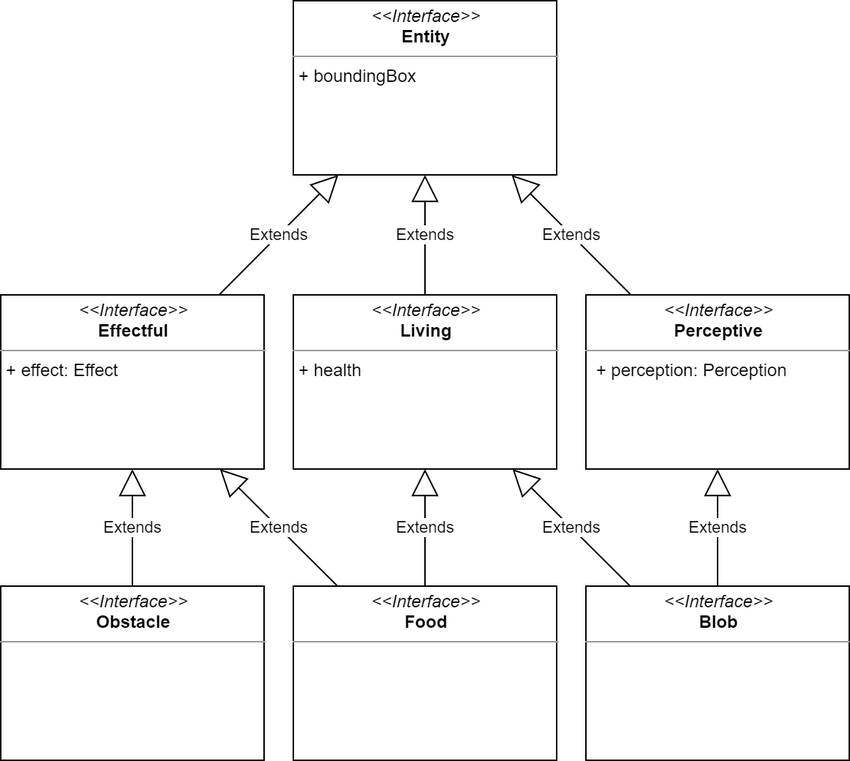
The draw.io diagram doc/report/img/ModelHierarchy.png in danielegiulianini/evo-sim, before a commit. Source tidied: cells renumbered, new cells last; positions are measured from the earlier drawing's top-left corner, leaving out a move shared by most shapes.
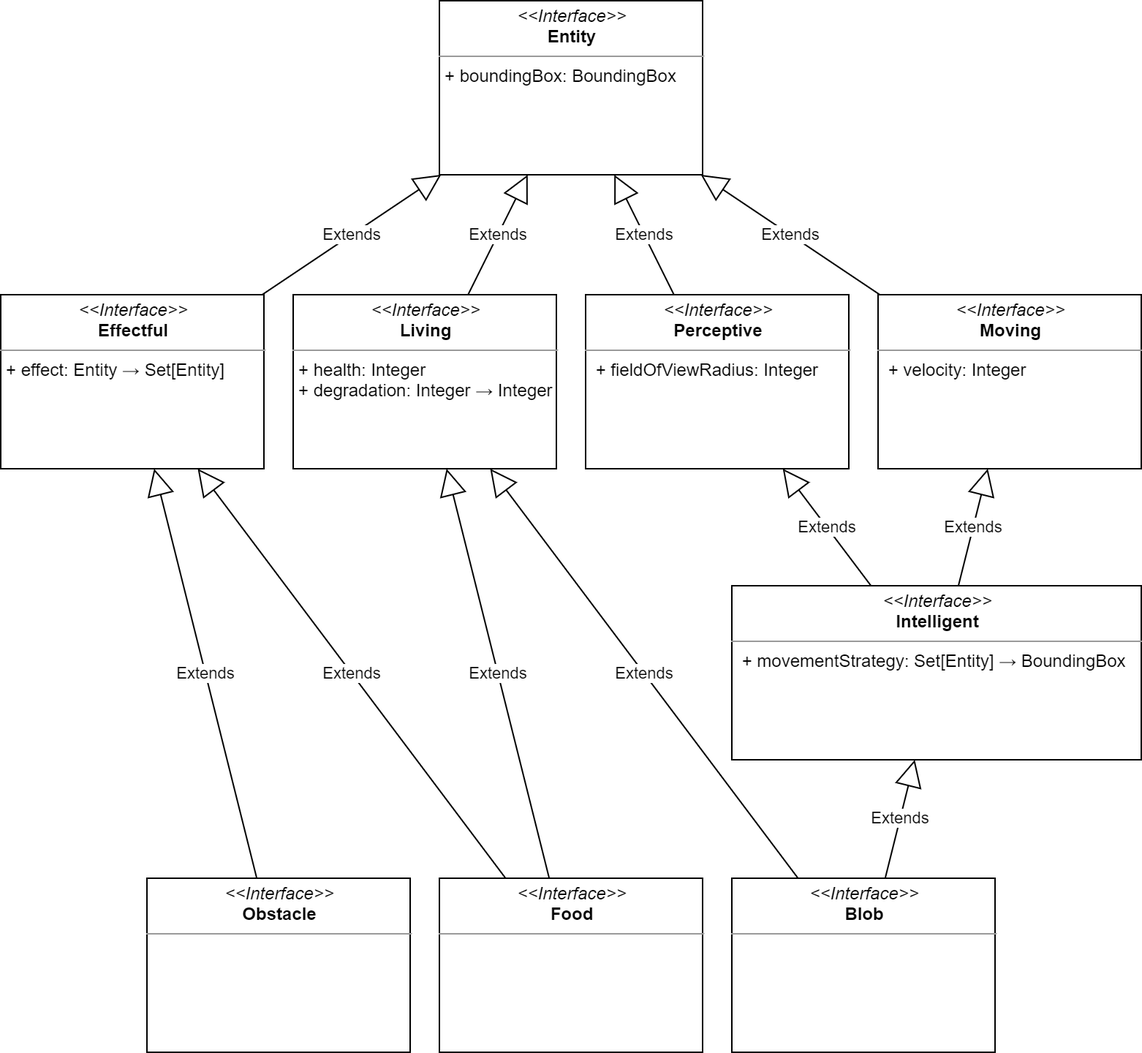
Above is the later version.

Commit message:
Refine architecture, update report

What changed in the source:
```diff
@@ -5,47 +5,62 @@
     <mxCell id="2" value="&lt;p style=&quot;margin: 0px ; margin-top: 4px ; text-align: center&quot;&gt;&lt;i&gt;&amp;lt;&amp;lt;Interface&amp;gt;&amp;gt;&lt;/i&gt;&lt;br&gt;&lt;b&gt;Blob&lt;/b&gt;&lt;/p&gt;&lt;hr size=&quot;1&quot;&gt;&lt;p style=&quot;margin: 0px ; margin-left: 4px&quot;&gt;&lt;br&gt;&lt;/p&gt;" style="verticalAlign=top;align=left;overflow=fill;fontSize=12;fontFamily=Helvetica;html=1;" parent="1" vertex="1">
       <mxGeometry x="400" y="400" width="180" height="119" as="geometry" />
     </mxCell>
-    <mxCell id="3" value="&lt;p style=&quot;margin: 0px ; margin-top: 4px ; text-align: center&quot;&gt;&lt;i&gt;&amp;lt;&amp;lt;Interface&amp;gt;&amp;gt;&lt;/i&gt;&lt;br&gt;&lt;b&gt;Effectful&lt;/b&gt;&lt;/p&gt;&lt;hr size=&quot;1&quot;&gt;&lt;p style=&quot;margin: 0px ; margin-left: 4px&quot;&gt;+ effect: Effect&lt;/p&gt;" style="verticalAlign=top;align=left;overflow=fill;fontSize=12;fontFamily=Helvetica;html=1;" parent="1" vertex="1">
-      <mxGeometry y="201" width="180" height="119" as="geometry" />
-    </mxCell>
+    <mxCell id="17" value="&lt;p style=&quot;margin: 0px ; margin-top: 4px ; text-align: center&quot;&gt;&lt;i&gt;&amp;lt;&amp;lt;Interface&amp;gt;&amp;gt;&lt;/i&gt;&lt;br&gt;&lt;b&gt;Effectful&lt;/b&gt;&lt;/p&gt;&lt;hr size=&quot;1&quot;&gt;&lt;p style=&quot;margin: 0px ; margin-left: 4px&quot;&gt;+ effect: Entity → Set[Entity]&lt;/p&gt;" style="verticalAlign=top;align=left;overflow=fill;fontSize=12;fontFamily=Helvetica;html=1;" parent="1" vertex="1">
+      <mxGeometry x="-100" y="1" width="180" height="119" as="geometry" />
+    </mxCell>
     <mxCell id="4" value="&lt;p style=&quot;margin: 0px ; margin-top: 4px ; text-align: center&quot;&gt;&lt;i&gt;&amp;lt;&amp;lt;Interface&amp;gt;&amp;gt;&lt;/i&gt;&lt;br&gt;&lt;b&gt;Food&lt;/b&gt;&lt;/p&gt;&lt;hr size=&quot;1&quot;&gt;&lt;p style=&quot;margin: 0px ; margin-left: 4px&quot;&gt;&lt;br&gt;&lt;/p&gt;" style="verticalAlign=top;align=left;overflow=fill;fontSize=12;fontFamily=Helvetica;html=1;" parent="1" vertex="1">
       <mxGeometry x="200" y="400" width="180" height="119" as="geometry" />
     </mxCell>
     <mxCell id="5" value="&lt;p style=&quot;margin: 0px ; margin-top: 4px ; text-align: center&quot;&gt;&lt;i&gt;&amp;lt;&amp;lt;Interface&amp;gt;&amp;gt;&lt;/i&gt;&lt;br&gt;&lt;b&gt;Obstacle&lt;/b&gt;&lt;/p&gt;&lt;hr size=&quot;1&quot;&gt;&lt;p style=&quot;margin: 0px ; margin-left: 4px&quot;&gt;&lt;br&gt;&lt;/p&gt;" style="verticalAlign=top;align=left;overflow=fill;fontSize=12;fontFamily=Helvetica;html=1;" parent="1" vertex="1">
       <mxGeometry y="400" width="180" height="119" as="geometry" />
     </mxCell>
-    <mxCell id="6" value="&lt;p style=&quot;margin: 0px ; margin-top: 4px ; text-align: center&quot;&gt;&lt;i&gt;&amp;lt;&amp;lt;Interface&amp;gt;&amp;gt;&lt;/i&gt;&lt;br&gt;&lt;b&gt;Entity&lt;/b&gt;&lt;/p&gt;&lt;hr size=&quot;1&quot;&gt;&lt;p style=&quot;margin: 0px ; margin-left: 4px&quot;&gt;+ boundingBox&lt;/p&gt;" style="verticalAlign=top;align=left;overflow=fill;fontSize=12;fontFamily=Helvetica;html=1;" parent="1" vertex="1">
-      <mxGeometry x="200" width="180" height="119" as="geometry" />
-    </mxCell>
-    <mxCell id="7" value="&lt;p style=&quot;margin: 0px ; margin-top: 4px ; text-align: center&quot;&gt;&lt;i&gt;&amp;lt;&amp;lt;Interface&amp;gt;&amp;gt;&lt;/i&gt;&lt;br&gt;&lt;b&gt;Living&lt;/b&gt;&lt;/p&gt;&lt;hr size=&quot;1&quot;&gt;&lt;p style=&quot;margin: 0px ; margin-left: 4px&quot;&gt;+ health&lt;/p&gt;" style="verticalAlign=top;align=left;overflow=fill;fontSize=12;fontFamily=Helvetica;html=1;" parent="1" vertex="1">
-      <mxGeometry x="200" y="201" width="180" height="119" as="geometry" />
-    </mxCell>
-    <mxCell id="8" value="Extends" style="endArrow=block;endSize=16;endFill=0;html=1;" parent="1" edge="1" source="4" target="7">
-      <mxGeometry relative="1" as="geometry" />
-    </mxCell>
-    <mxCell id="9" value="Extends" style="endArrow=block;endSize=16;endFill=0;html=1;" parent="1" edge="1" source="2" target="7">
-      <mxGeometry relative="1" as="geometry" />
-    </mxCell>
-    <mxCell id="10" value="Extends" style="endArrow=block;endSize=16;endFill=0;html=1;" parent="1" edge="1" source="4" target="3">
-      <mxGeometry relative="1" as="geometry" />
-    </mxCell>
-    <mxCell id="11" value="Extends" style="endArrow=block;endSize=16;endFill=0;html=1;" parent="1" edge="1" source="5" target="3">
-      <mxGeometry relative="1" as="geometry" />
-    </mxCell>
-    <mxCell id="12" value="Extends" style="endArrow=block;endSize=16;endFill=0;html=1;" parent="1" edge="1" source="3" target="6">
-      <mxGeometry relative="1" as="geometry" />
-    </mxCell>
-    <mxCell id="13" value="Extends" style="endArrow=block;endSize=16;endFill=0;html=1;" parent="1" edge="1" source="7" target="6">
-      <mxGeometry relative="1" as="geometry" />
-    </mxCell>
-    <mxCell id="14" value="&lt;p style=&quot;margin: 0px ; margin-top: 4px ; text-align: center&quot;&gt;&lt;i&gt;&amp;lt;&amp;lt;Interface&amp;gt;&amp;gt;&lt;/i&gt;&lt;br&gt;&lt;b&gt;Perceptive&lt;/b&gt;&lt;/p&gt;&lt;hr size=&quot;1&quot;&gt;&lt;p style=&quot;margin: 0px ; margin-left: 4px&quot;&gt;&amp;nbsp;+ perception: Perception&lt;br&gt;&lt;/p&gt;" style="verticalAlign=top;align=left;overflow=fill;fontSize=12;fontFamily=Helvetica;html=1;" parent="1" vertex="1">
-      <mxGeometry x="400" y="201" width="180" height="119" as="geometry" />
-    </mxCell>
-    <mxCell id="15" value="Extends" style="endArrow=block;endSize=16;endFill=0;html=1;" parent="1" edge="1" source="2" target="14">
-      <mxGeometry relative="1" as="geometry" />
-    </mxCell>
-    <mxCell id="16" value="Extends" style="endArrow=block;endSize=16;endFill=0;html=1;" parent="1" edge="1" source="14" target="6">
-      <mxGeometry relative="1" as="geometry" />
-    </mxCell>
+    <mxCell id="18" value="&lt;p style=&quot;margin: 0px ; margin-top: 4px ; text-align: center&quot;&gt;&lt;i&gt;&amp;lt;&amp;lt;Interface&amp;gt;&amp;gt;&lt;/i&gt;&lt;br&gt;&lt;b&gt;Entity&lt;/b&gt;&lt;/p&gt;&lt;hr size=&quot;1&quot;&gt;&lt;p style=&quot;margin: 0px ; margin-left: 4px&quot;&gt;+ boundingBox: BoundingBox&lt;/p&gt;" style="verticalAlign=top;align=left;overflow=fill;fontSize=12;fontFamily=Helvetica;html=1;" parent="1" vertex="1">
+      <mxGeometry x="200" y="-200" width="180" height="119" as="geometry" />
+    </mxCell>
+    <mxCell id="19" value="&lt;p style=&quot;margin: 0px ; margin-top: 4px ; text-align: center&quot;&gt;&lt;i&gt;&amp;lt;&amp;lt;Interface&amp;gt;&amp;gt;&lt;/i&gt;&lt;br&gt;&lt;b&gt;Living&lt;/b&gt;&lt;/p&gt;&lt;hr size=&quot;1&quot;&gt;&lt;p style=&quot;margin: 0px ; margin-left: 4px&quot;&gt;+ health: Integer&lt;/p&gt;&lt;p style=&quot;margin: 0px ; margin-left: 4px&quot;&gt;+ degradation: Integer → Integer&lt;/p&gt;" style="verticalAlign=top;align=left;overflow=fill;fontSize=12;fontFamily=Helvetica;html=1;" parent="1" vertex="1">
+      <mxGeometry x="100" y="1" width="180" height="119" as="geometry" />
+    </mxCell>
+    <mxCell id="20" value="Extends" style="endArrow=block;endSize=16;endFill=0;html=1;" parent="1" edge="1" source="4" target="19">
+      <mxGeometry relative="1" as="geometry" />
+    </mxCell>
+    <mxCell id="21" value="Extends" style="endArrow=block;endSize=16;endFill=0;html=1;" parent="1" edge="1" source="2" target="19">
+      <mxGeometry relative="1" as="geometry" />
+    </mxCell>
+    <mxCell id="22" value="Extends" style="endArrow=block;endSize=16;endFill=0;html=1;" parent="1" edge="1" source="4" target="17">
+      <mxGeometry relative="1" as="geometry" />
+    </mxCell>
+    <mxCell id="23" value="Extends" style="endArrow=block;endSize=16;endFill=0;html=1;" parent="1" edge="1" source="5" target="17">
+      <mxGeometry relative="1" as="geometry" />
+    </mxCell>
+    <mxCell id="24" value="Extends" style="endArrow=block;endSize=16;endFill=0;html=1;" parent="1" edge="1" source="17" target="18">
+      <mxGeometry relative="1" as="geometry" />
+    </mxCell>
+    <mxCell id="25" value="Extends" style="endArrow=block;endSize=16;endFill=0;html=1;" parent="1" edge="1" source="19" target="18">
+      <mxGeometry relative="1" as="geometry" />
+    </mxCell>
+    <mxCell id="26" value="&lt;p style=&quot;margin: 0px ; margin-top: 4px ; text-align: center&quot;&gt;&lt;i&gt;&amp;lt;&amp;lt;Interface&amp;gt;&amp;gt;&lt;/i&gt;&lt;br&gt;&lt;b&gt;Perceptive&lt;/b&gt;&lt;/p&gt;&lt;hr size=&quot;1&quot;&gt;&lt;p style=&quot;margin: 0px ; margin-left: 4px&quot;&gt;&amp;nbsp;+ fieldOfViewRadius: Integer&lt;br&gt;&lt;/p&gt;" style="verticalAlign=top;align=left;overflow=fill;fontSize=12;fontFamily=Helvetica;html=1;" parent="1" vertex="1">
+      <mxGeometry x="300" y="1" width="180" height="119" as="geometry" />
+    </mxCell>
+    <mxCell id="27" value="Extends" style="endArrow=block;endSize=16;endFill=0;html=1;" parent="1" edge="1" source="2" target="31">
+      <mxGeometry relative="1" as="geometry" />
+    </mxCell>
+    <mxCell id="28" value="Extends" style="endArrow=block;endSize=16;endFill=0;html=1;" parent="1" edge="1" source="26" target="18">
+      <mxGeometry relative="1" as="geometry" />
+    </mxCell>
+    <mxCell id="29" value="&lt;p style=&quot;margin: 0px ; margin-top: 4px ; text-align: center&quot;&gt;&lt;i&gt;&amp;lt;&amp;lt;Interface&amp;gt;&amp;gt;&lt;/i&gt;&lt;br&gt;&lt;b&gt;Moving&lt;/b&gt;&lt;/p&gt;&lt;hr size=&quot;1&quot;&gt;&lt;p style=&quot;margin: 0px ; margin-left: 4px&quot;&gt;&amp;nbsp;+ velocity: Integer&lt;br&gt;&lt;/p&gt;" style="verticalAlign=top;align=left;overflow=fill;fontSize=12;fontFamily=Helvetica;html=1;" parent="1" vertex="1">
+      <mxGeometry x="500" y="1" width="180" height="119" as="geometry" />
+    </mxCell>
+    <mxCell id="30" value="Extends" style="endArrow=block;endSize=16;endFill=0;html=1;" parent="1" edge="1" source="29" target="18">
+      <mxGeometry relative="1" as="geometry" />
+    </mxCell>
+    <mxCell id="31" value="&lt;p style=&quot;margin: 0px ; margin-top: 4px ; text-align: center&quot;&gt;&lt;i&gt;&amp;lt;&amp;lt;Interface&amp;gt;&amp;gt;&lt;/i&gt;&lt;br&gt;&lt;b&gt;Intelligent&lt;/b&gt;&lt;/p&gt;&lt;hr size=&quot;1&quot;&gt;&lt;p style=&quot;margin: 0px ; margin-left: 4px&quot;&gt;&amp;nbsp;+ movementStrategy: Set[Entity] → BoundingBox&lt;/p&gt;" style="verticalAlign=top;align=left;overflow=fill;fontSize=12;fontFamily=Helvetica;html=1;" parent="1" vertex="1">
+      <mxGeometry x="400" y="200" width="280" height="119" as="geometry" />
+    </mxCell>
+    <mxCell id="32" value="Extends" style="endArrow=block;endSize=16;endFill=0;html=1;" parent="1" edge="1" source="31" target="26">
+      <mxGeometry relative="1" as="geometry" />
+    </mxCell>
+    <mxCell id="33" value="Extends" style="endArrow=block;endSize=16;endFill=0;html=1;" parent="1" edge="1" source="31" target="29">
+      <mxGeometry relative="1" as="geometry" />
+    </mxCell>
   </root>
 </mxGraphModel>
```
